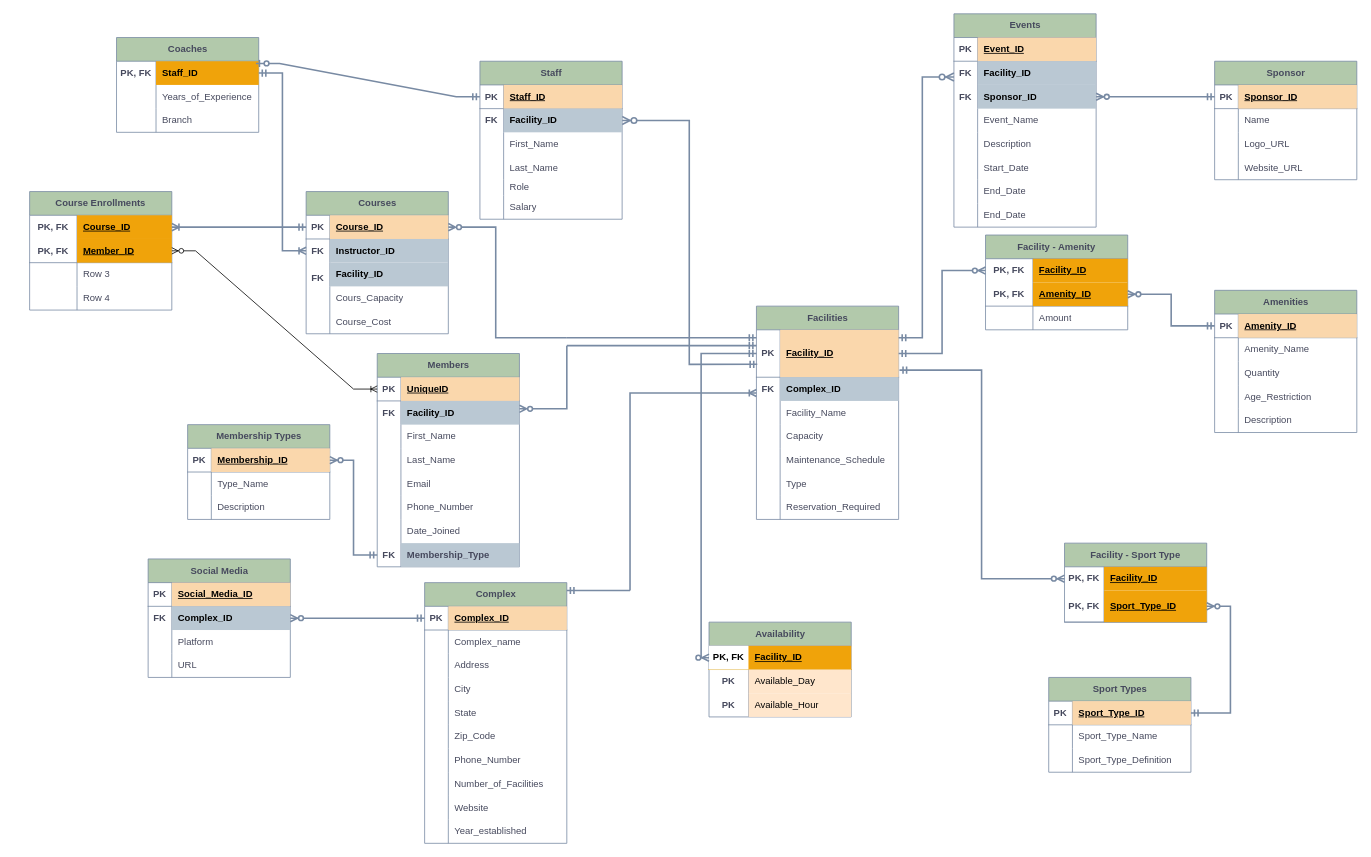
Before: cardinality/cardinality.drawio in PloKoon68/Sport-Complexes-Management-System-Database, a draw.io diagram. Source tidied: cells renumbered, new cells numbered last; positions are measured from the earlier drawing's top-left corner, leaving out a move shared by most shapes. Both pictures are drawn from the tidied source at 79%, with x=0, y=0 at pixel (29, 13).
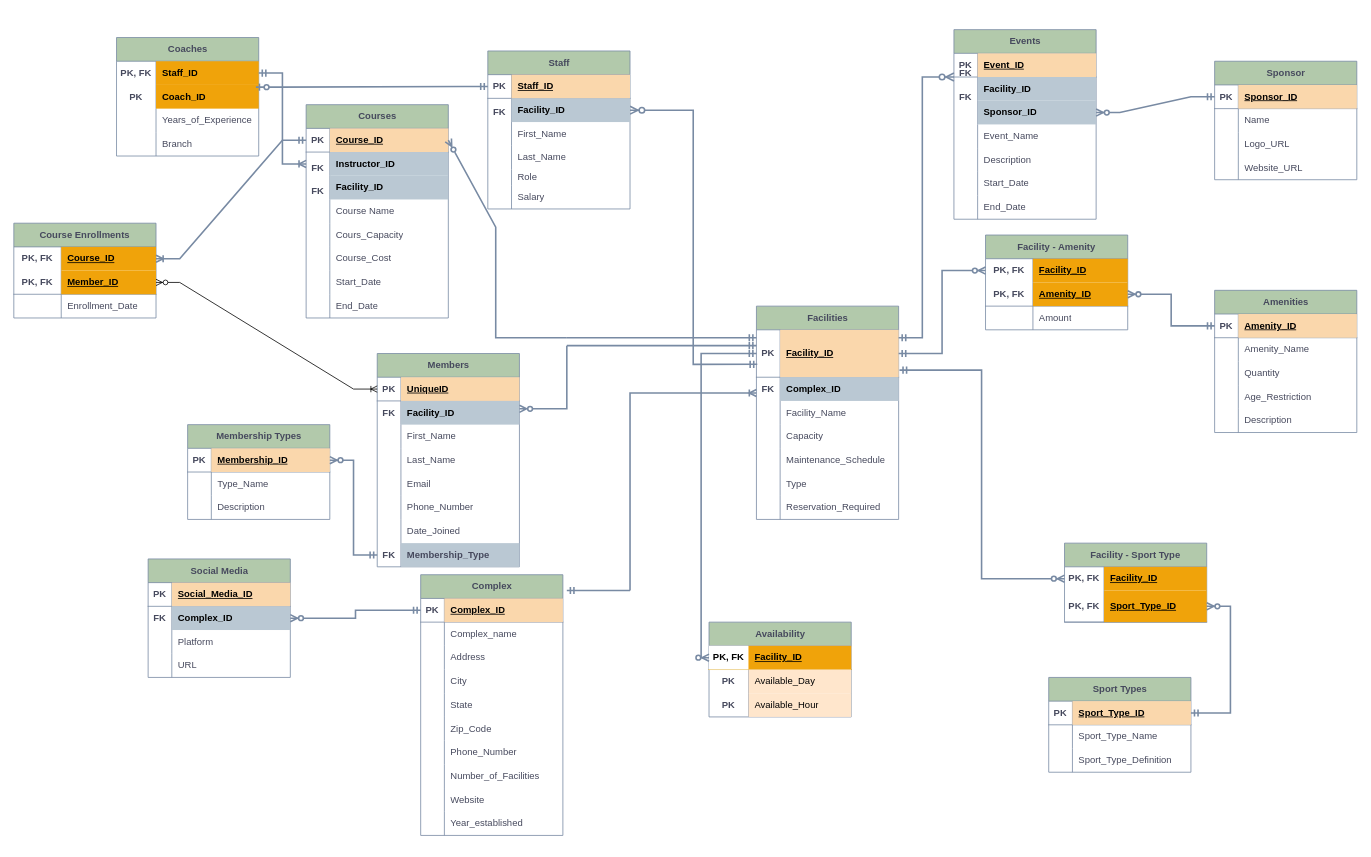
The same diagram, later.

Unchanged cells that the change refers to:
```xml
<mxCell id="255" style="shape=tableRow;horizontal=0;startSize=0;swimlaneHead=0;swimlaneBody=0;fillColor=none;top=0;left=0;right=0;bottom=0;html=1;strokeColor=#788AA3;fontColor=#46495D;labelBackgroundColor=none;" parent="248" vertex="1">
  <mxGeometry y="90" width="180" height="30" as="geometry" />
</mxCell>
```

Diff of the diagram source:
```diff
@@
     <mxCell id="2" value="Complex" style="shape=table;startSize=30;childLayout=tableLayout;rowLines=0;fontStyle=1;align=center;html=1;strokeColor=#788AA3;fontColor=#46495D;fillColor=#B2C9AB;labelBackgroundColor=none;" parent="1" vertex="1">
-      <mxGeometry x="500" y="720" width="180" height="330" as="geometry" />
+      <mxGeometry x="495" y="710" width="180" height="330" as="geometry" />
     </mxCell>
@@
     <mxCell id="80" value="FK" style="shape=partialRectangle;fillColor=none;top=0;left=0;bottom=0;right=0;fontStyle=1;overflow=hidden;html=1;whiteSpace=wrap;strokeWidth=1;labelBackgroundColor=none;strokeColor=#788AA3;fontColor=#46495D;" parent="1" vertex="1">
-      <mxGeometry x="570" y="120" width="30" height="30" as="geometry" />
+      <mxGeometry x="580" y="110" width="30" height="30" as="geometry" />
     </mxCell>
@@
     <mxCell id="142" value="Staff" style="shape=table;startSize=30;childLayout=tableLayout;rowLines=0;fontStyle=1;align=center;html=1;strokeColor=#788AA3;fontColor=#46495D;fillColor=#B2C9AB;labelBackgroundColor=none;" parent="1" vertex="1">
-      <mxGeometry x="570" y="60" width="180" height="200" as="geometry" />
+      <mxGeometry x="580" y="47" width="180" height="200" as="geometry" />
     </mxCell>
@@
     <mxCell id="176" value="Events" style="shape=table;startSize=30;childLayout=tableLayout;rowLines=0;fontStyle=1;align=center;html=1;strokeColor=#788AA3;fontColor=#46495D;fillColor=#B2C9AB;labelBackgroundColor=none;" parent="1" vertex="1">
-      <mxGeometry x="1170" width="180" height="270" as="geometry" />
+      <mxGeometry x="1170" y="20" width="180" height="240" as="geometry" />
     </mxCell>
@@
-    <mxCell id="198" style="shape=tableRow;horizontal=0;startSize=0;swimlaneHead=0;swimlaneBody=0;fillColor=none;top=0;left=0;right=0;bottom=0;strokeColor=#788AA3;fontColor=#46495D;labelBackgroundColor=none;" parent="176" vertex="1">
-      <mxGeometry y="240" width="180" height="30" as="geometry" />
-    </mxCell>
-    <mxCell id="199" style="shape=partialRectangle;fillColor=none;top=0;left=0;bottom=0;right=0;overflow=hidden;whiteSpace=wrap;html=1;strokeColor=#788AA3;fontColor=#46495D;labelBackgroundColor=none;" parent="198" vertex="1">
-      <mxGeometry width="30" height="30" as="geometry" />
-    </mxCell>
-    <mxCell id="200" value="End_Date" style="shape=partialRectangle;fillColor=none;top=0;left=0;bottom=0;right=0;align=left;spacingLeft=6;overflow=hidden;whiteSpace=wrap;html=1;strokeColor=#788AA3;fontColor=#46495D;labelBackgroundColor=none;" parent="198" vertex="1">
-      <mxGeometry x="30" width="150" height="30" as="geometry" />
-    </mxCell>
@@
     <mxCell id="217" value="Coaches" style="shape=table;startSize=30;childLayout=tableLayout;rowLines=0;fontStyle=1;align=center;html=1;strokeColor=#788AA3;fontColor=#46495D;fillColor=#B2C9AB;labelBackgroundColor=none;" parent="1" vertex="1">
-      <mxGeometry x="110" y="30" width="180" height="120" as="geometry" />
+      <mxGeometry x="110" y="30" width="180" height="150" as="geometry" />
     </mxCell>
+    <mxCell id="282" style="shape=tableRow;horizontal=0;startSize=0;swimlaneHead=0;swimlaneBody=0;fillColor=none;top=0;left=0;right=0;bottom=0;strokeColor=#788AA3;fontColor=#46495D;labelBackgroundColor=none;" parent="217" vertex="1">
+      <mxGeometry y="30" width="180" height="30" as="geometry" />
+    </mxCell>
+    <mxCell id="283" style="shape=partialRectangle;fillColor=none;top=0;left=0;bottom=0;right=0;overflow=hidden;whiteSpace=wrap;html=1;strokeColor=#788AA3;fontColor=#46495D;labelBackgroundColor=none;" parent="282" vertex="1">
+      <mxGeometry width="50" height="30" as="geometry" />
+    </mxCell>
+    <mxCell id="284" value="Staff_ID" style="shape=partialRectangle;fillColor=#f0a30a;top=0;left=0;bottom=0;right=0;align=left;spacingLeft=6;overflow=hidden;whiteSpace=wrap;html=1;strokeColor=#BD7000;fontStyle=1;labelBackgroundColor=none;fontColor=#000000;" parent="282" vertex="1">
+      <mxGeometry x="50" width="130" height="30" as="geometry" />
+    </mxCell>
     <mxCell id="218" style="shape=tableRow;horizontal=0;startSize=0;swimlaneHead=0;swimlaneBody=0;fillColor=none;points=[[0,0.5],[1,0.5]];portConstraint=eastwest;top=0;left=0;right=0;bottom=0;strokeColor=#788AA3;fontColor=#46495D;labelBackgroundColor=none;" parent="217" vertex="1">
-      <mxGeometry y="30" width="180" height="30" as="geometry" />
+      <mxGeometry y="60" width="180" height="30" as="geometry" />
     </mxCell>
-    <mxCell id="219" style="shape=partialRectangle;fillColor=none;top=0;left=0;bottom=0;right=0;overflow=hidden;whiteSpace=wrap;html=1;strokeColor=#788AA3;fontColor=#46495D;labelBackgroundColor=none;" parent="218" vertex="1">
+    <mxCell id="219" value="&lt;b&gt;PK&lt;/b&gt;" style="shape=partialRectangle;fillColor=none;top=0;left=0;bottom=0;right=0;overflow=hidden;whiteSpace=wrap;html=1;strokeColor=#788AA3;fontColor=#46495D;labelBackgroundColor=none;" parent="218" vertex="1">
       <mxGeometry width="50" height="30" as="geometry" />
     </mxCell>
-    <mxCell id="220" value="Staff_ID" style="shape=partialRectangle;fillColor=#f0a30a;top=0;left=0;bottom=0;right=0;align=left;spacingLeft=6;overflow=hidden;whiteSpace=wrap;html=1;strokeColor=#BD7000;fontStyle=1;labelBackgroundColor=none;fontColor=#000000;" parent="218" vertex="1">
+    <mxCell id="220" value="Coach_ID" style="shape=partialRectangle;fillColor=#f0a30a;top=0;left=0;bottom=0;right=0;align=left;spacingLeft=6;overflow=hidden;whiteSpace=wrap;html=1;strokeColor=#BD7000;fontStyle=1;labelBackgroundColor=none;fontColor=#000000;" parent="218" vertex="1">
       <mxGeometry x="50" width="130" height="30" as="geometry" />
     </mxCell>
     <mxCell id="221" style="shape=tableRow;horizontal=0;startSize=0;swimlaneHead=0;swimlaneBody=0;fillColor=none;top=0;left=0;right=0;bottom=0;strokeColor=#788AA3;fontColor=#46495D;labelBackgroundColor=none;" parent="217" vertex="1">
-      <mxGeometry y="60" width="180" height="30" as="geometry" />
+      <mxGeometry y="90" width="180" height="30" as="geometry" />
     </mxCell>
@@
     <mxCell id="224" style="shape=tableRow;horizontal=0;startSize=0;swimlaneHead=0;swimlaneBody=0;fillColor=none;top=0;left=0;right=0;bottom=0;strokeColor=#788AA3;fontColor=#46495D;labelBackgroundColor=none;" parent="217" vertex="1">
-      <mxGeometry y="90" width="180" height="30" as="geometry" />
+      <mxGeometry y="120" width="180" height="30" as="geometry" />
     </mxCell>
@@
     <mxCell id="228" value="Courses" style="shape=table;startSize=30;childLayout=tableLayout;rowLines=0;fontStyle=1;align=center;html=1;strokeColor=#788AA3;fontColor=#46495D;fillColor=#B2C9AB;labelBackgroundColor=none;" parent="1" vertex="1">
-      <mxGeometry x="350" y="225" width="180" height="180" as="geometry" />
+      <mxGeometry x="350" y="115" width="180" height="270" as="geometry" />
     </mxCell>
@@
+    <mxCell id="285" style="shape=tableRow;horizontal=0;startSize=0;swimlaneHead=0;swimlaneBody=0;fillColor=none;top=0;left=0;right=0;bottom=0;strokeColor=#788AA3;fontColor=#46495D;labelBackgroundColor=none;" parent="228" vertex="1">
+      <mxGeometry y="120" width="180" height="30" as="geometry" />
+    </mxCell>
+    <mxCell id="286" style="shape=partialRectangle;fillColor=none;top=0;left=0;bottom=0;right=0;overflow=hidden;whiteSpace=wrap;html=1;strokeColor=#788AA3;fontColor=#46495D;labelBackgroundColor=none;" parent="285" vertex="1">
+      <mxGeometry width="30" height="30" as="geometry" />
+    </mxCell>
+    <mxCell id="287" value="Course Name" style="shape=partialRectangle;fillColor=none;top=0;left=0;bottom=0;right=0;align=left;spacingLeft=6;overflow=hidden;whiteSpace=wrap;html=1;strokeColor=#788AA3;fontColor=#46495D;labelBackgroundColor=none;" parent="285" vertex="1">
+      <mxGeometry x="30" width="150" height="30" as="geometry" />
+    </mxCell>
     <mxCell id="238" style="shape=tableRow;horizontal=0;startSize=0;swimlaneHead=0;swimlaneBody=0;fillColor=none;top=0;left=0;right=0;bottom=0;strokeColor=#788AA3;fontColor=#46495D;labelBackgroundColor=none;" parent="228" vertex="1">
-      <mxGeometry y="120" width="180" height="30" as="geometry" />
+      <mxGeometry y="150" width="180" height="30" as="geometry" />
     </mxCell>
@@
     <mxCell id="241" style="shape=tableRow;horizontal=0;startSize=0;swimlaneHead=0;swimlaneBody=0;fillColor=none;top=0;left=0;right=0;bottom=0;strokeColor=#788AA3;fontColor=#46495D;labelBackgroundColor=none;" parent="228" vertex="1">
-      <mxGeometry y="150" width="180" height="30" as="geometry" />
+      <mxGeometry y="180" width="180" height="30" as="geometry" />
     </mxCell>
@@
+    <mxCell id="288" style="shape=tableRow;horizontal=0;startSize=0;swimlaneHead=0;swimlaneBody=0;fillColor=none;top=0;left=0;right=0;bottom=0;strokeColor=#788AA3;fontColor=#46495D;labelBackgroundColor=none;" parent="228" vertex="1">
+      <mxGeometry y="210" width="180" height="30" as="geometry" />
+    </mxCell>
+    <mxCell id="289" style="shape=partialRectangle;fillColor=none;top=0;left=0;bottom=0;right=0;overflow=hidden;whiteSpace=wrap;html=1;strokeColor=#788AA3;fontColor=#46495D;labelBackgroundColor=none;" parent="288" vertex="1">
+      <mxGeometry width="30" height="30" as="geometry" />
+    </mxCell>
+    <mxCell id="290" value="Start_Date" style="shape=partialRectangle;fillColor=none;top=0;left=0;bottom=0;right=0;align=left;spacingLeft=6;overflow=hidden;whiteSpace=wrap;html=1;strokeColor=#788AA3;fontColor=#46495D;labelBackgroundColor=none;" parent="288" vertex="1">
+      <mxGeometry x="30" width="150" height="30" as="geometry" />
+    </mxCell>
+    <mxCell id="198" style="shape=tableRow;horizontal=0;startSize=0;swimlaneHead=0;swimlaneBody=0;fillColor=none;top=0;left=0;right=0;bottom=0;strokeColor=#788AA3;fontColor=#46495D;labelBackgroundColor=none;" parent="228" vertex="1">
+      <mxGeometry y="240" width="180" height="30" as="geometry" />
+    </mxCell>
+    <mxCell id="291" style="shape=partialRectangle;fillColor=none;top=0;left=0;bottom=0;right=0;overflow=hidden;whiteSpace=wrap;html=1;strokeColor=#788AA3;fontColor=#46495D;labelBackgroundColor=none;" parent="198" vertex="1">
+      <mxGeometry width="30" height="30" as="geometry" />
+    </mxCell>
+    <mxCell id="200" value="End_Date" style="shape=partialRectangle;fillColor=none;top=0;left=0;bottom=0;right=0;align=left;spacingLeft=6;overflow=hidden;whiteSpace=wrap;html=1;strokeColor=#788AA3;fontColor=#46495D;labelBackgroundColor=none;" parent="198" vertex="1">
+      <mxGeometry x="30" width="150" height="30" as="geometry" />
+    </mxCell>
     <mxCell id="244" value="&lt;b&gt;FK&lt;/b&gt;" style="shape=partialRectangle;fillColor=none;top=0;left=0;bottom=0;right=0;overflow=hidden;whiteSpace=wrap;html=1;strokeColor=#788AA3;fontColor=#46495D;labelBackgroundColor=none;" parent="1" vertex="1">
-      <mxGeometry x="350" y="285" width="30" height="30" as="geometry" />
+      <mxGeometry x="350" y="210" width="30" height="30" as="geometry" />
     </mxCell>
@@
     <mxCell id="246" value="&lt;b&gt;FK&lt;/b&gt;" style="shape=partialRectangle;fillColor=none;top=0;left=0;bottom=0;right=0;overflow=hidden;whiteSpace=wrap;html=1;strokeColor=#788AA3;fontColor=#46495D;labelBackgroundColor=none;" parent="1" vertex="1">
-      <mxGeometry x="350" y="320" width="30" height="30" as="geometry" />
+      <mxGeometry x="350" y="180" width="30" height="30" as="geometry" />
     </mxCell>
@@
     <mxCell id="248" value="Course Enrollments" style="shape=table;startSize=30;childLayout=tableLayout;rowLines=0;fontStyle=1;align=center;html=1;whiteSpace=wrap;strokeColor=#788AA3;fontColor=#46495D;fillColor=#B2C9AB;labelBackgroundColor=none;" parent="1" vertex="1">
-      <mxGeometry y="225" width="180" height="150" as="geometry" />
+      <mxGeometry x="-20" y="265" width="180" height="120" as="geometry" />
     </mxCell>
@@
-    <mxCell id="257" value="Row 3" style="shape=partialRectangle;fillColor=none;top=0;left=0;bottom=0;right=0;align=left;spacingLeft=6;overflow=hidden;html=1;whiteSpace=wrap;strokeColor=#788AA3;fontColor=#46495D;labelBackgroundColor=none;" parent="255" vertex="1">
+    <mxCell id="257" value="Enrollment_Date" style="shape=partialRectangle;fillColor=none;top=0;left=0;bottom=0;right=0;align=left;spacingLeft=6;overflow=hidden;html=1;whiteSpace=wrap;strokeColor=#788AA3;fontColor=#46495D;labelBackgroundColor=none;" parent="255" vertex="1">
       <mxGeometry x="60" width="120" height="30" as="geometry" />
     </mxCell>
-    <mxCell id="258" style="shape=tableRow;horizontal=0;startSize=0;swimlaneHead=0;swimlaneBody=0;fillColor=none;top=0;left=0;right=0;bottom=0;html=1;strokeColor=#788AA3;fontColor=#46495D;labelBackgroundColor=none;" parent="248" vertex="1">
-      <mxGeometry y="120" width="180" height="30" as="geometry" />
-    </mxCell>
-    <mxCell id="259" style="shape=partialRectangle;fillColor=none;top=0;left=0;bottom=0;right=0;overflow=hidden;html=1;whiteSpace=wrap;strokeColor=#788AA3;fontColor=#46495D;labelBackgroundColor=none;" parent="258" vertex="1">
-      <mxGeometry width="60" height="30" as="geometry" />
-    </mxCell>
-    <mxCell id="260" value="Row 4" style="shape=partialRectangle;fillColor=none;top=0;left=0;bottom=0;right=0;align=left;spacingLeft=6;overflow=hidden;html=1;whiteSpace=wrap;strokeColor=#788AA3;fontColor=#46495D;labelBackgroundColor=none;" parent="258" vertex="1">
-      <mxGeometry x="60" width="120" height="30" as="geometry" />
-    </mxCell>
```
